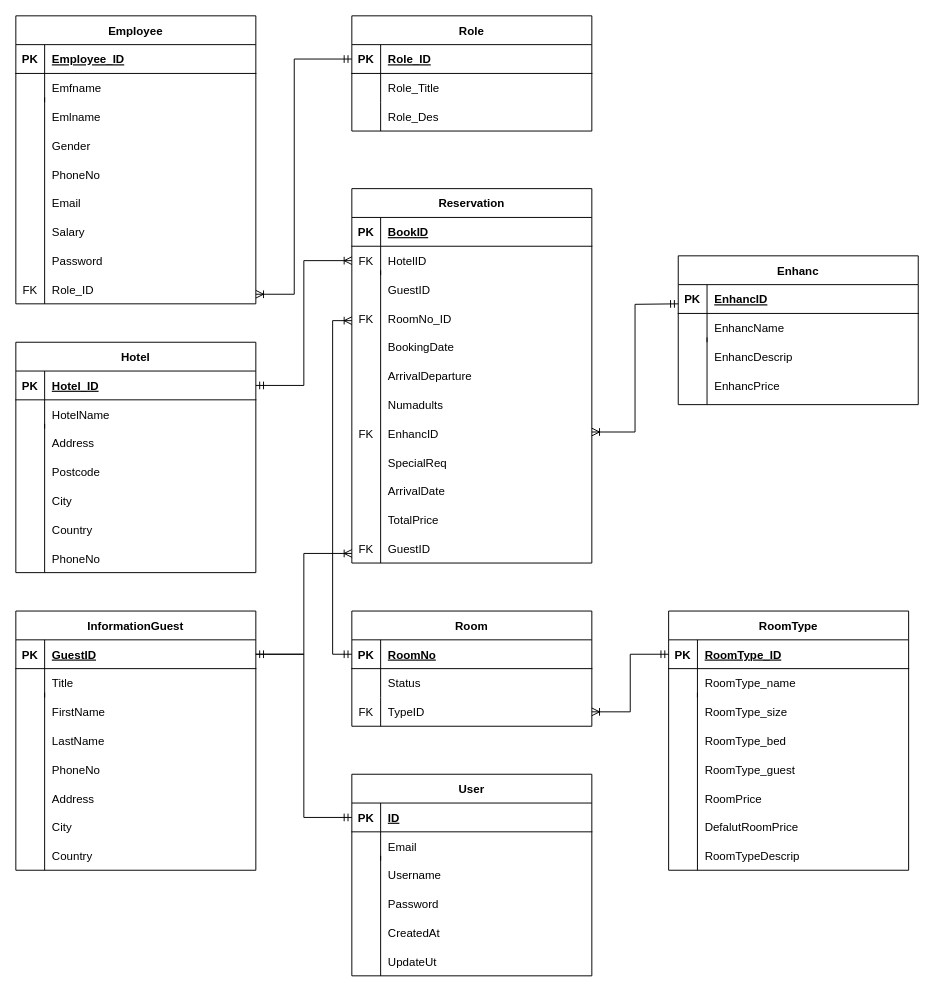
Yaya25aom/Hotel_Booking keeps this draw.io diagram as แบบแผนที่ยังไม่ได้ตั้งชื่อ.drawio. Above is the earlier version. Source tidied: cells renumbered, new cells numbered last; positions are measured from the earlier drawing's top-left corner, leaving out a move shared by most shapes. Both pictures are drawn from the tidied source at 96%, with x=0, y=0 at pixel (15, 15).
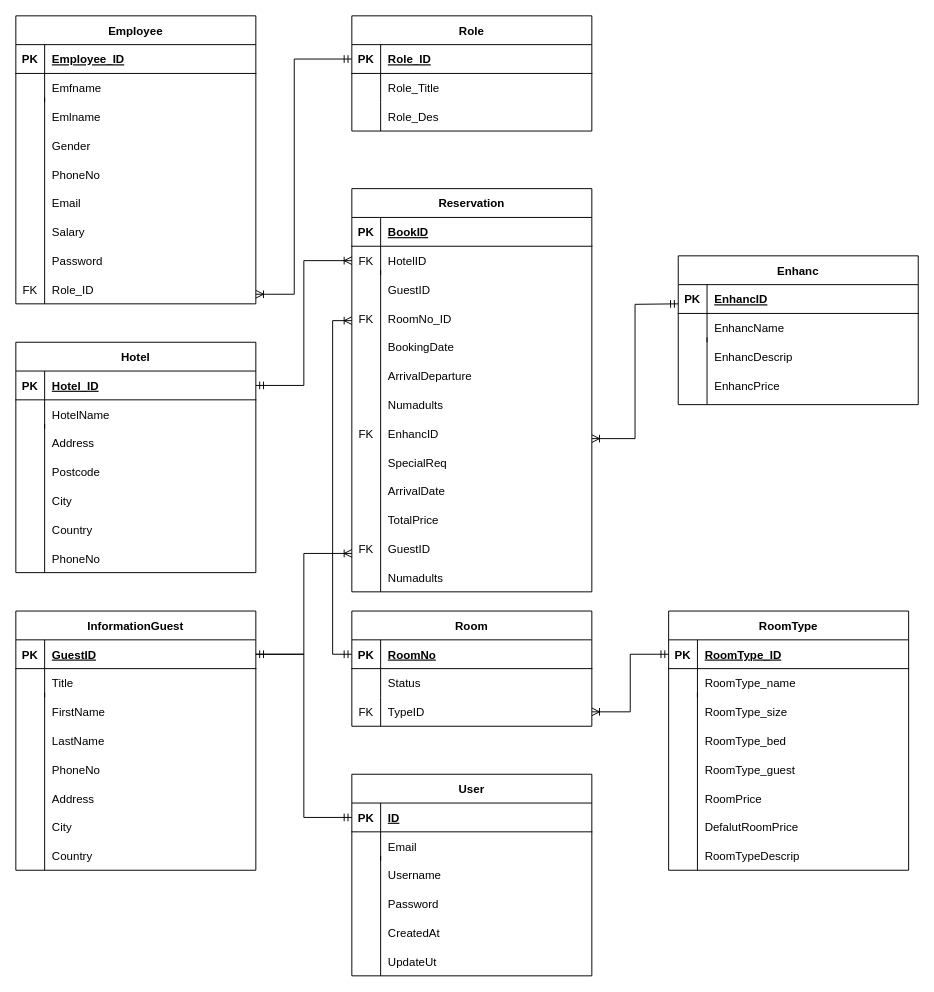
The same diagram, later.

Change to the diagram source:
```diff
@@
-    <mxCell id="109" style="edgeStyle=orthogonalEdgeStyle;rounded=0;jettySize=auto;html=1;exitX=1;exitY=0.65;exitDx=0;exitDy=0;exitPerimeter=0;endArrow=ERmandOne;endFill=0;startArrow=ERoneToMany;startFill=0;" parent="1" edge="1" source="110">
+    <mxCell id="109" style="edgeStyle=orthogonalEdgeStyle;rounded=0;jettySize=auto;html=1;endArrow=ERmandOne;endFill=0;startArrow=ERoneToMany;startFill=0;exitX=1;exitY=0.62;exitDx=0;exitDy=0;exitPerimeter=0;" parent="1" edge="1" source="110">
       <mxGeometry relative="1" as="geometry">
         <mxPoint x="690" y="300" as="targetPoint" />
       </mxGeometry>
     </mxCell>
-    <mxCell id="110" value="Reservation" style="shape=table;startSize=30;childLayout=tableLayout;rowLines=0;fontStyle=1;align=center;points=[[0,0,0,0,0],[0,0.05,0,0,0],[0,0.07,0,0,0],[0,0.1,0,0,0],[0,0.11,0,0,0],[0,0.13,0,0,0],[0,0.14,0,0,0],[0,0.16,0,0,0],[0,0.2,0,0,0],[0,0.21,0,0,0],[0,0.25,0,0,0],[0,0.26,0,0,0],[0,0.29,0,0,0],[0,0.3,0,0,0],[0,0.32,0,0,0],[0,0.33,0,0,0],[0,0.36,0,0,0],[0,0.37,0,0,0],[0,0.38,0,0,0],[0,0.4,0,0,0],[0,0.42,0,0,0],[0,0.43,0,0,0],[0,0.47,0,0,0],[0,0.5,0,0,0],[0,0.53,0,0,0],[0,0.57,0,0,0],[0,0.58,0,0,0],[0,0.6,0,0,0],[0,0.63,0,0,0],[0,0.64,0,0,0],[0,0.67,0,0,0],[0,0.68,0,0,0],[0,0.7,0,0,0],[0,0.71,0,0,0],[0,0.74,0,0,0],[0,0.75,0,0,0],[0,0.79,0,0,0],[0,0.8,0,0,0],[0,0.84,0,0,0],[0,0.86,0,0,0],[0,0.88,0,0,0],[0,0.89,0,0,0],[0,0.9,0,0,0],[0,0.93,0,0,0],[0,0.95,0,0,0],[0,1,0,0,0],[0.25,0,0,0,0],[0.25,1,0,0,0],[0.5,0,0,0,0],[0.5,1,0,0,0],[0.75,0,0,0,0],[0.75,1,0,0,0],[1,0,0,0,0],[1,0.06,0,0,0],[1,0.08,0,0,0],[1,0.12,0,0,0],[1,0.15,0,0,0],[1,0.18,0,0,0],[1,0.23,0,0,0],[1,0.24,0,0,0],[1,0.25,0,0,0],[1,0.29,0,0,0],[1,0.31,0,0,0],[1,0.35,0,0,0],[1,0.38,0,0,0],[1,0.41,0,0,0],[1,0.46,0,0,0],[1,0.47,0,0,0],[1,0.5,0,0,0],[1,0.53,0,0,0],[1,0.54,0,0,0],[1,0.59,0,0,0],[1,0.62,0,0,0],[1,0.65,0,0,0],[1,0.69,0,0,0],[1,0.71,0,0,0],[1,0.75,0,0,0],[1,0.76,0,0,0],[1,0.77,0,0,0],[1,0.82,0,0,0],[1,0.85,0,0,0],[1,0.88,0,0,0],[1,0.92,0,0,0],[1,0.94,0,0,0],[1,1,0,0,0]];" parent="1" vertex="1">
-      <mxGeometry x="350" y="180" width="250" height="390" as="geometry" />
+    <mxCell id="110" value="Reservation" style="shape=table;startSize=30;childLayout=tableLayout;rowLines=0;fontStyle=1;align=center;points=[[0,0,0,0,0],[0,0.05,0,0,0],[0,0.07,0,0,0],[0,0.1,0,0,0],[0,0.11,0,0,0],[0,0.13,0,0,0],[0,0.14,0,0,0],[0,0.16,0,0,0],[0,0.2,0,0,0],[0,0.21,0,0,0],[0,0.25,0,0,0],[0,0.26,0,0,0],[0,0.29,0,0,0],[0,0.3,0,0,0],[0,0.32,0,0,0],[0,0.33,0,0,0],[0,0.36,0,0,0],[0,0.37,0,0,0],[0,0.38,0,0,0],[0,0.4,0,0,0],[0,0.42,0,0,0],[0,0.43,0,0,0],[0,0.47,0,0,0],[0,0.5,0,0,0],[0,0.53,0,0,0],[0,0.57,0,0,0],[0,0.58,0,0,0],[0,0.6,0,0,0],[0,0.63,0,0,0],[0,0.64,0,0,0],[0,0.67,0,0,0],[0,0.68,0,0,0],[0,0.7,0,0,0],[0,0.71,0,0,0],[0,0.74,0,0,0],[0,0.75,0,0,0],[0,0.79,0,0,0],[0,0.8,0,0,0],[0,0.84,0,0,0],[0,0.86,0,0,0],[0,0.88,0,0,0],[0,0.89,0,0,0],[0,0.9,0,0,0],[0,0.93,0,0,0],[0,0.95,0,0,0],[0,1,0,0,0],[0.25,0,0,0,0],[0.25,1,0,0,0],[0.5,0,0,0,0],[0.5,1,0,0,0],[0.75,0,0,0,0],[0.75,1,0,0,0],[1,0,0,0,0],[1,0.05,0,0,0],[1,0.06,0,0,0],[1,0.08,0,0,0],[1,0.1,0,0,0],[1,0.12,0,0,0],[1,0.14,0,0,0],[1,0.15,0,0,0],[1,0.18,0,0,0],[1,0.19,0,0,0],[1,0.23,0,0,0],[1,0.24,0,0,0],[1,0.25,0,0,0],[1,0.29,0,0,0],[1,0.31,0,0,0],[1,0.33,0,0,0],[1,0.35,0,0,0],[1,0.38,0,0,0],[1,0.41,0,0,0],[1,0.43,0,0,0],[1,0.46,0,0,0],[1,0.47,0,0,0],[1,0.48,0,0,0],[1,0.5,0,0,0],[1,0.52,0,0,0],[1,0.53,0,0,0],[1,0.54,0,0,0],[1,0.57,0,0,0],[1,0.59,0,0,0],[1,0.62,0,0,0],[1,0.65,0,0,0],[1,0.67,0,0,0],[1,0.69,0,0,0],[1,0.71,0,0,0],[1,0.75,0,0,0],[1,0.76,0,0,0],[1,0.77,0,0,0],[1,0.81,0,0,0],[1,0.82,0,0,0],[1,0.85,0,0,0],[1,0.86,0,0,0],[1,0.88,0,0,0],[1,0.9,0,0,0],[1,0.92,0,0,0],[1,0.94,0,0,0],[1,0.95,0,0,0],[1,1,0,0,0]];" parent="1" vertex="1">
+      <mxGeometry x="350" y="180" width="250" height="420" as="geometry" />
     </mxCell>
@@
     <mxCell id="124" style="line;strokeWidth=1;direction=south;html=1;" parent="1" vertex="1">
-      <mxGeometry x="375" y="265" width="10" height="305" as="geometry" />
+      <mxGeometry x="375" y="265" width="10" height="335" as="geometry" />
     </mxCell>
@@
+    <mxCell id="134" value="Numadults" style="shape=partialRectangle;overflow=hidden;fillColor=none;top=0;left=0;bottom=0;right=0;align=left;spacingLeft=6;" parent="1" vertex="1">
+      <mxGeometry x="380" y="570" width="220" height="30" as="geometry" />
+    </mxCell>
```
